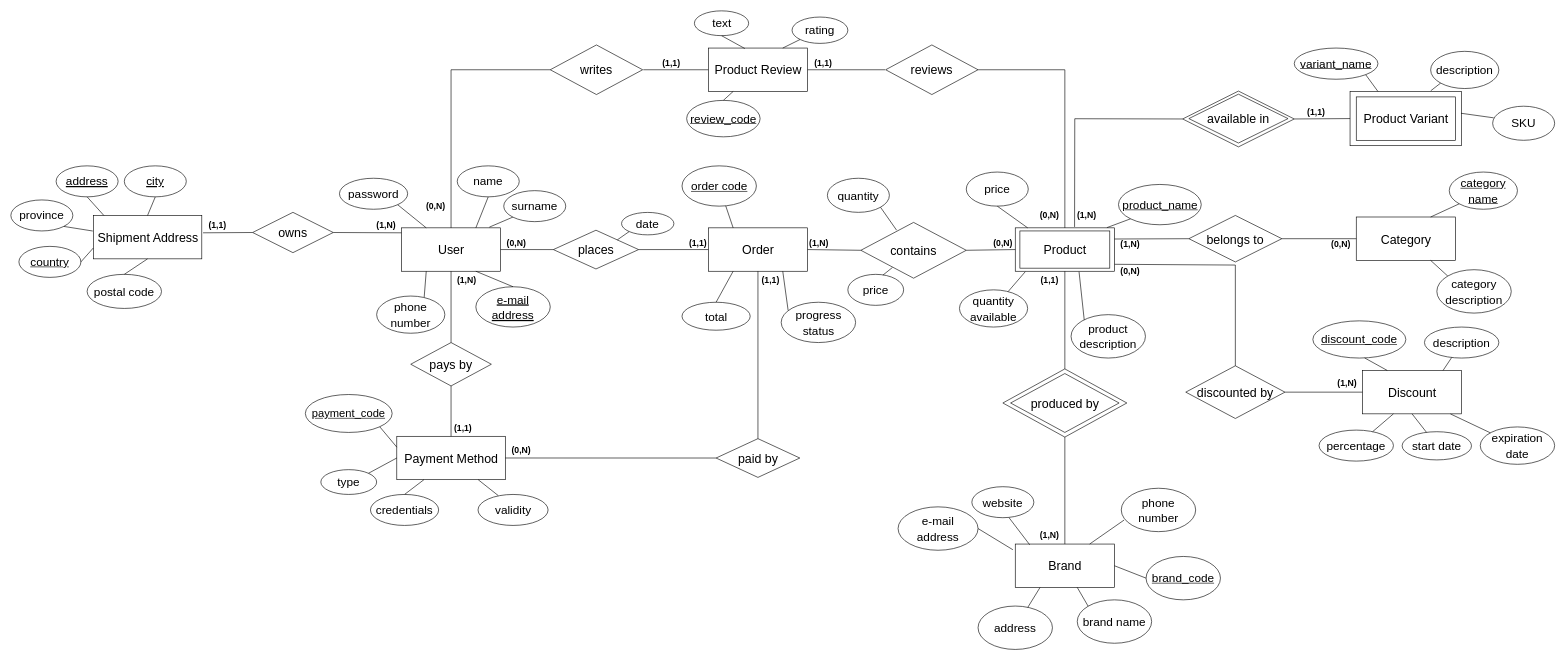
This is documentation/database/ER.drawio from Tecnologie-Del-Web/Project, a draw.io file, before an edit. Source tidied: cells renumbered, new cells numbered last; positions are measured from the earlier drawing's top-left corner, leaving out a move shared by most shapes. Both pictures are drawn from the tidied source at 62%, with x=0, y=0 at pixel (11, 11).
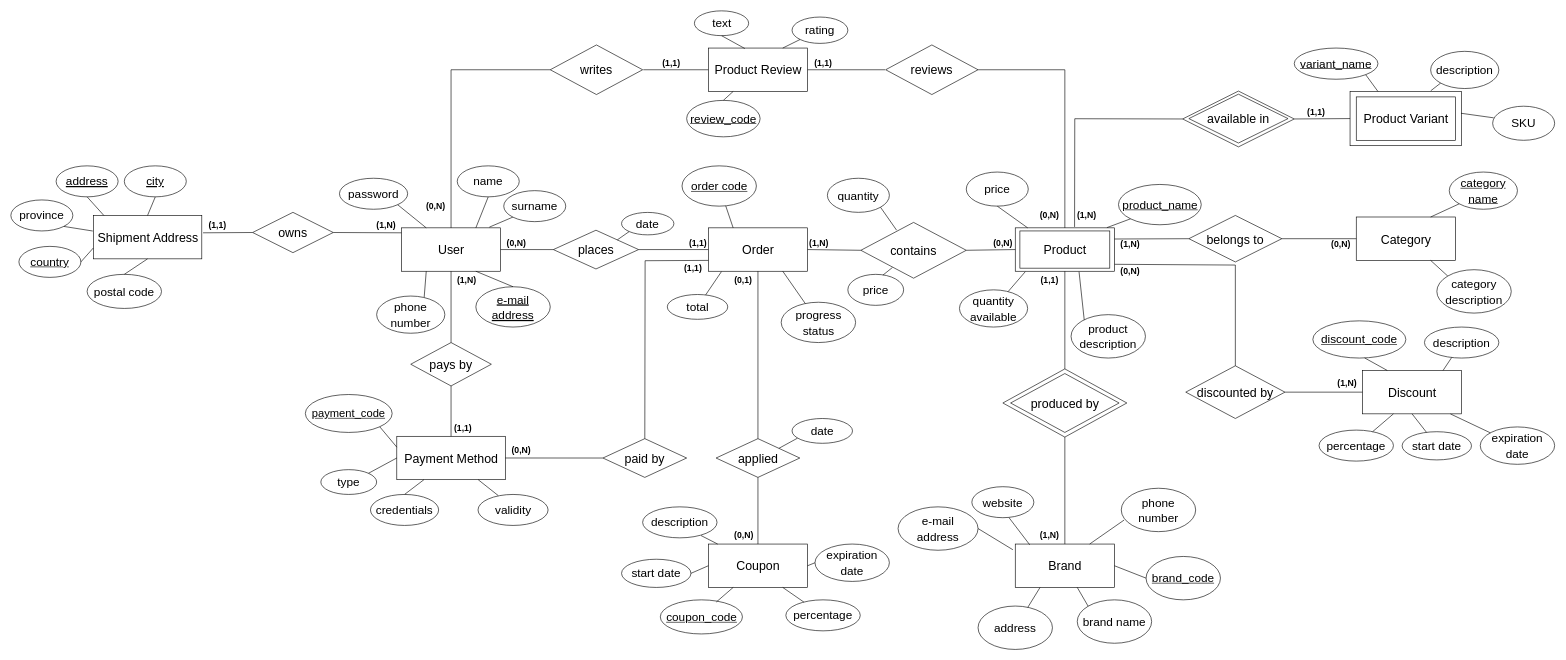
The same diagram, later.

The change refers to these unchanged cells:
```xml
<mxCell id="4" value="&lt;font style=&quot;font-size: 20px;&quot;&gt;Order&lt;/font&gt;" style="html=1;dashed=0;whitespace=wrap;" parent="1" vertex="1">
  <mxGeometry x="1125" y="350" width="160" height="70" as="geometry" />
</mxCell>
<mxCell id="54" value="&lt;font style=&quot;font-size: 19px;&quot;&gt;progress status&lt;/font&gt;" style="ellipse;whiteSpace=wrap;html=1;fontSize=20;" parent="1" vertex="1">
  <mxGeometry x="1242.5" y="470" width="120" height="65" as="geometry" />
</mxCell>
```

Diff of the diagram source:
```diff
@@
-    <mxCell id="55" style="endArrow=none;html=1;rounded=0;fontSize=20;exitX=0.75;exitY=1;exitDx=0;exitDy=0;entryX=0.093;entryY=0.2;entryDx=0;entryDy=0;entryPerimeter=0;" parent="1" edge="1" source="4" target="54">
+    <mxCell id="55" style="endArrow=none;html=1;rounded=0;fontSize=20;exitX=0.75;exitY=1;exitDx=0;exitDy=0;" parent="1" edge="1" source="4" target="54">
       <mxGeometry relative="1" as="geometry" />
     </mxCell>
@@
     <mxCell id="112" value="&lt;font style=&quot;font-size: 20px;&quot;&gt;paid by&lt;/font&gt;" style="shape=rhombus;perimeter=rhombusPerimeter;whiteSpace=wrap;html=1;align=center;" parent="1" vertex="1">
-      <mxGeometry x="1137.5" y="690" width="135" height="62.5" as="geometry" />
+      <mxGeometry x="955" y="690" width="135" height="62.5" as="geometry" />
     </mxCell>
-    <mxCell id="113" style="endArrow=none;html=1;rounded=0;fontSize=20;entryX=0.5;entryY=0;entryDx=0;entryDy=0;exitX=0.5;exitY=1;exitDx=0;exitDy=0;" parent="1" edge="1" source="4" target="112">
-      <mxGeometry relative="1" as="geometry" />
+    <mxCell id="113" style="endArrow=none;html=1;rounded=0;fontSize=20;entryX=0.5;entryY=0;entryDx=0;entryDy=0;exitX=0;exitY=0.75;exitDx=0;exitDy=0;" parent="1" edge="1" source="4" target="112">
+      <mxGeometry relative="1" as="geometry">
+        <Array as="points">
+          <mxPoint x="1023" y="403" />
+        </Array>
+      </mxGeometry>
     </mxCell>
@@
     <mxCell id="124" value="&lt;font style=&quot;font-size: 19px;&quot;&gt;total&lt;/font&gt;" style="ellipse;whiteSpace=wrap;html=1;fontSize=20;" parent="1" vertex="1">
-      <mxGeometry x="1082.5" y="470" width="110" height="45.1" as="geometry" />
+      <mxGeometry x="1058.8" y="457.5" width="97.5" height="40" as="geometry" />
     </mxCell>
-    <mxCell id="125" style="endArrow=none;html=1;rounded=0;fontSize=20;exitX=0.25;exitY=1;exitDx=0;exitDy=0;entryX=0.5;entryY=0;entryDx=0;entryDy=0;" parent="1" edge="1" source="4" target="124">
+    <mxCell id="125" style="endArrow=none;html=1;rounded=0;fontSize=20;exitX=0.132;exitY=1.009;exitDx=0;exitDy=0;exitPerimeter=0;" parent="1" edge="1" source="4" target="124">
       <mxGeometry relative="1" as="geometry" />
     </mxCell>
     <mxCell id="126" value="&lt;font style=&quot;font-size: 14px;&quot;&gt;&lt;b&gt;(1,1)&lt;/b&gt;&lt;/font&gt;" style="text;html=1;align=center;verticalAlign=middle;strokeColor=none;fillColor=none;" parent="1" vertex="1">
-      <mxGeometry x="1200" y="420" width="50" height="30" as="geometry" />
+      <mxGeometry x="1075" y="400" width="50" height="30" as="geometry" />
     </mxCell>
@@
+    <mxCell id="157" value="&lt;font style=&quot;font-size: 20px;&quot;&gt;applied&lt;/font&gt;" style="shape=rhombus;perimeter=rhombusPerimeter;whiteSpace=wrap;html=1;align=center;" parent="1" vertex="1">
+      <mxGeometry x="1137.5" y="690" width="135" height="62.5" as="geometry" />
+    </mxCell>
+    <mxCell id="158" value="&lt;font style=&quot;font-size: 20px;&quot;&gt;Coupon&lt;/font&gt;" style="html=1;dashed=0;whitespace=wrap;" parent="1" vertex="1">
+      <mxGeometry x="1125" y="860" width="160" height="70" as="geometry" />
+    </mxCell>
+    <mxCell id="159" style="endArrow=none;html=1;rounded=0;fontSize=20;entryX=0.5;entryY=1;entryDx=0;entryDy=0;exitX=0.5;exitY=0;exitDx=0;exitDy=0;" parent="1" edge="1" source="157" target="4">
+      <mxGeometry relative="1" as="geometry" />
+    </mxCell>
+    <mxCell id="160" style="endArrow=none;html=1;rounded=0;fontSize=20;entryX=0.5;entryY=1;entryDx=0;entryDy=0;exitX=0.5;exitY=0;exitDx=0;exitDy=0;" parent="1" edge="1" source="158" target="157">
+      <mxGeometry relative="1" as="geometry" />
+    </mxCell>
+    <mxCell id="161" value="&lt;font style=&quot;font-size: 19px;&quot;&gt;percentage&lt;/font&gt;" style="ellipse;whiteSpace=wrap;html=1;fontSize=20;" parent="1" vertex="1">
+      <mxGeometry x="1250" y="950" width="120" height="50" as="geometry" />
+    </mxCell>
+    <mxCell id="162" value="&lt;span style=&quot;font-size: 19px;&quot;&gt;&lt;u&gt;coupon_code&lt;/u&gt;&lt;/span&gt;" style="ellipse;whiteSpace=wrap;html=1;fontSize=20;" parent="1" vertex="1">
+      <mxGeometry x="1047.5" y="950" width="132.5" height="55" as="geometry" />
+    </mxCell>
+    <mxCell id="163" style="endArrow=none;html=1;rounded=0;fontSize=20;entryX=0.25;entryY=1;entryDx=0;entryDy=0;exitX=0.682;exitY=0.063;exitDx=0;exitDy=0;exitPerimeter=0;" parent="1" edge="1" source="162" target="158">
+      <mxGeometry relative="1" as="geometry" />
+    </mxCell>
+    <mxCell id="164" style="endArrow=none;html=1;rounded=0;fontSize=20;entryX=0.75;entryY=1;entryDx=0;entryDy=0;" parent="1" edge="1" source="161" target="158">
+      <mxGeometry relative="1" as="geometry" />
+    </mxCell>
+    <mxCell id="165" value="&lt;font style=&quot;font-size: 19px;&quot;&gt;date&lt;/font&gt;" style="ellipse;whiteSpace=wrap;html=1;fontSize=20;" parent="1" vertex="1">
+      <mxGeometry x="1260" y="657.5" width="97.5" height="40" as="geometry" />
+    </mxCell>
+    <mxCell id="166" style="endArrow=none;html=1;rounded=0;fontSize=20;exitX=1;exitY=0;exitDx=0;exitDy=0;entryX=0.089;entryY=0.795;entryDx=0;entryDy=0;entryPerimeter=0;" parent="1" edge="1" source="157" target="165">
+      <mxGeometry relative="1" as="geometry" />
+    </mxCell>
+    <mxCell id="167" value="&lt;font style=&quot;font-size: 19px;&quot;&gt;description&lt;/font&gt;" style="ellipse;whiteSpace=wrap;html=1;fontSize=20;" parent="1" vertex="1">
+      <mxGeometry x="1019" y="800" width="120" height="50" as="geometry" />
+    </mxCell>
+    <mxCell id="168" value="&lt;font style=&quot;font-size: 19px;&quot;&gt;expiration date&lt;/font&gt;" style="ellipse;whiteSpace=wrap;html=1;fontSize=20;" parent="1" vertex="1">
+      <mxGeometry x="1297" y="860" width="120" height="60.3" as="geometry" />
+    </mxCell>
+    <mxCell id="169" value="&lt;font style=&quot;font-size: 19px;&quot;&gt;start date&lt;/font&gt;" style="ellipse;whiteSpace=wrap;html=1;fontSize=20;" parent="1" vertex="1">
+      <mxGeometry x="985" y="884.5" width="111.9" height="45.5" as="geometry" />
+    </mxCell>
+    <mxCell id="170" style="endArrow=none;html=1;rounded=0;fontSize=20;entryX=0.785;entryY=0.926;entryDx=0;entryDy=0;entryPerimeter=0;exitX=0.094;exitY=0;exitDx=0;exitDy=0;exitPerimeter=0;" parent="1" edge="1" source="158" target="167">
+      <mxGeometry relative="1" as="geometry" />
+    </mxCell>
+    <mxCell id="171" style="endArrow=none;html=1;rounded=0;fontSize=20;entryX=1;entryY=0.5;entryDx=0;entryDy=0;exitX=0;exitY=0.5;exitDx=0;exitDy=0;" parent="1" edge="1" source="158" target="169">
+      <mxGeometry relative="1" as="geometry" />
+    </mxCell>
+    <mxCell id="172" style="endArrow=none;html=1;rounded=0;fontSize=20;entryX=1;entryY=0.5;entryDx=0;entryDy=0;exitX=0;exitY=0.5;exitDx=0;exitDy=0;" parent="1" edge="1" source="168" target="158">
+      <mxGeometry relative="1" as="geometry" />
+    </mxCell>
+    <mxCell id="173" value="&lt;font style=&quot;font-size: 14px;&quot;&gt;&lt;b&gt;(0,1)&lt;/b&gt;&lt;/font&gt;" style="text;html=1;align=center;verticalAlign=middle;strokeColor=none;fillColor=none;" parent="1" vertex="1">
+      <mxGeometry x="1156.2" y="420" width="50" height="30" as="geometry" />
+    </mxCell>
+    <mxCell id="174" value="&lt;font style=&quot;font-size: 14px;&quot;&gt;&lt;b&gt;(0,N)&lt;/b&gt;&lt;/font&gt;" style="text;html=1;align=center;verticalAlign=middle;strokeColor=none;fillColor=none;" parent="1" vertex="1">
+      <mxGeometry x="1157.2" y="830" width="50" height="30" as="geometry" />
+    </mxCell>
```
